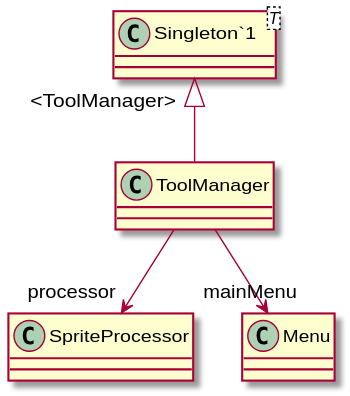
Before: UML/Assets/Scripts/ToolManager.svg, a diagram exported from PlantUML (streepje8/ToolDev2023). Source of this version:
```plantuml
@startuml
class ToolManager {
}
class "Singleton`1"<T> {
}
"Singleton`1" "<ToolManager>" <|-- ToolManager
ToolManager --> "processor" SpriteProcessor
ToolManager --> "mainMenu" Menu
@enduml
```
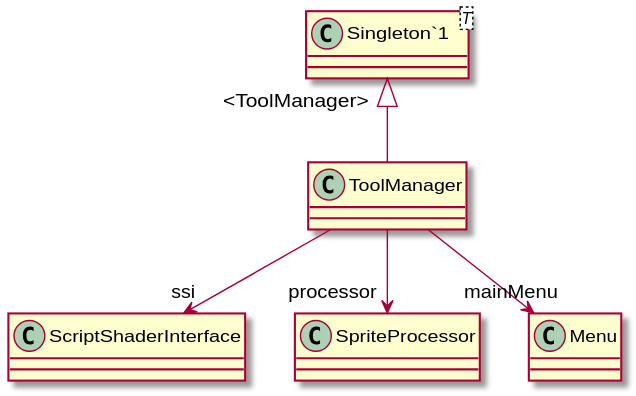
After the change.

Diff of the diagram source:
```diff
@@ -4,6 +4,7 @@
 class "Singleton`1"<T> {
 }
 "Singleton`1" "<ToolManager>" <|-- ToolManager
+ToolManager --> "ssi" ScriptShaderInterface
 ToolManager --> "processor" SpriteProcessor
 ToolManager --> "mainMenu" Menu
 @enduml
```
